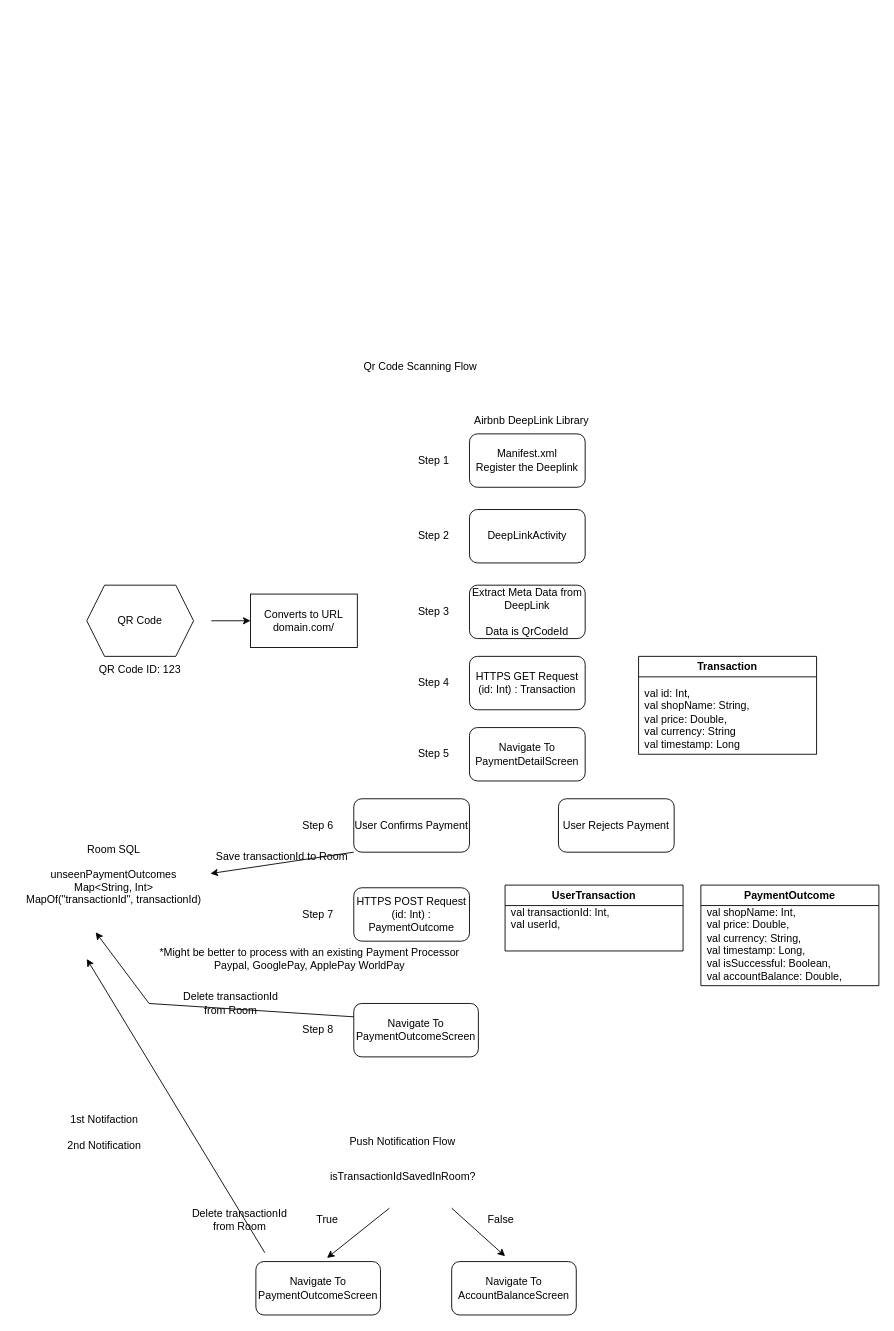
Above: QR Code System Design.drawio in TinNova/DrawIoFiles (draw.io), before the change. Source tidied: cells renumbered, new cells numbered last; positions are measured from the earlier drawing's top-left corner, leaving out a move shared by most shapes. Both pictures are drawn from the tidied source at 89%, with x=0, y=0 at pixel (15, 353).
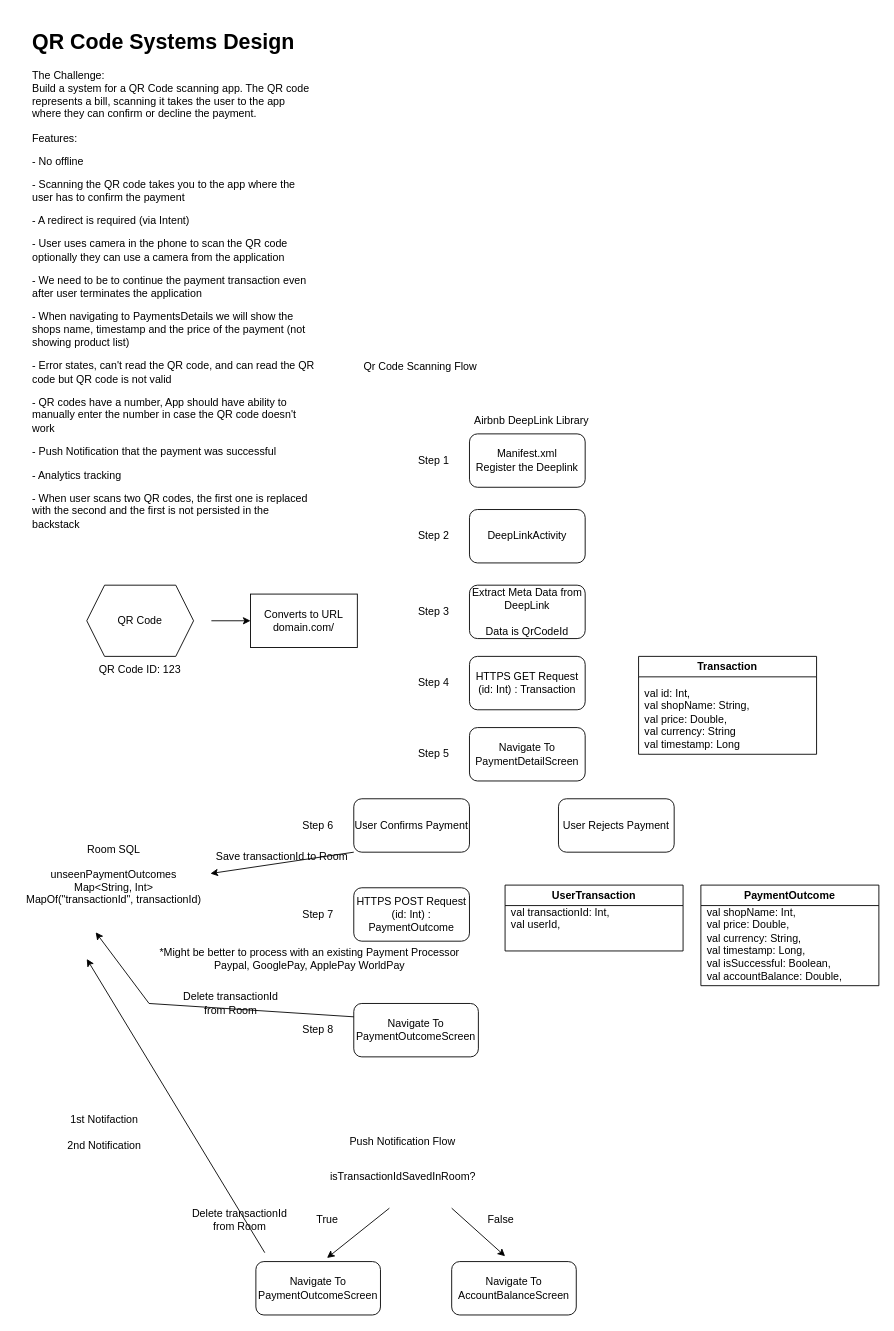
After the change.

The edit, as a diff of the source:
```diff
@@
+    <mxCell id="48" value="&lt;h1&gt;QR Code Systems Design&lt;/h1&gt;&lt;p&gt;The Challenge:&lt;br&gt;Build a system for a QR Code scanning app. The QR code represents a bill, scanning it takes the user to the app where they can confirm or decline the payment.&lt;/p&gt;&lt;p&gt;Features:&amp;nbsp;&lt;/p&gt;&lt;p&gt;- No offline&lt;/p&gt;&lt;p&gt;- Scanning the QR code takes you to the app where the user has to confirm the payment&lt;/p&gt;&lt;p&gt;- A redirect is required (via Intent)&lt;/p&gt;&lt;p&gt;- User uses camera in the phone to scan the QR code optionally they can use a camera from the application&lt;/p&gt;&lt;p&gt;- We need to be to continue the payment transaction even after user terminates the application&lt;/p&gt;&lt;p&gt;- When navigating to PaymentsDetails we will show the shops name, timestamp and the price of the payment (not showing product list)&lt;/p&gt;&lt;p&gt;- Error states, can't read the QR code, and can read the QR code but QR code is not valid&lt;/p&gt;&lt;p&gt;- QR codes have a number, App should have ability to manually enter the number in case the QR code doesn't work&lt;/p&gt;&lt;p&gt;- Push Notification that the payment was successful&lt;/p&gt;&lt;p&gt;&lt;span style=&quot;background-color: initial;&quot;&gt;- Analytics tracking&lt;/span&gt;&lt;br&gt;&lt;/p&gt;&lt;p&gt;&lt;span style=&quot;background-color: initial;&quot;&gt;- When user scans two QR codes, the first one is replaced with the second and the first is not persisted in the backstack&lt;/span&gt;&lt;br&gt;&lt;/p&gt;" style="text;html=1;strokeColor=none;fillColor=none;spacing=5;spacingTop=-20;whiteSpace=wrap;overflow=hidden;rounded=0;" parent="1" vertex="1">
+      <mxGeometry x="14" y="-370" width="326" height="580" as="geometry" />
+    </mxCell>
```
